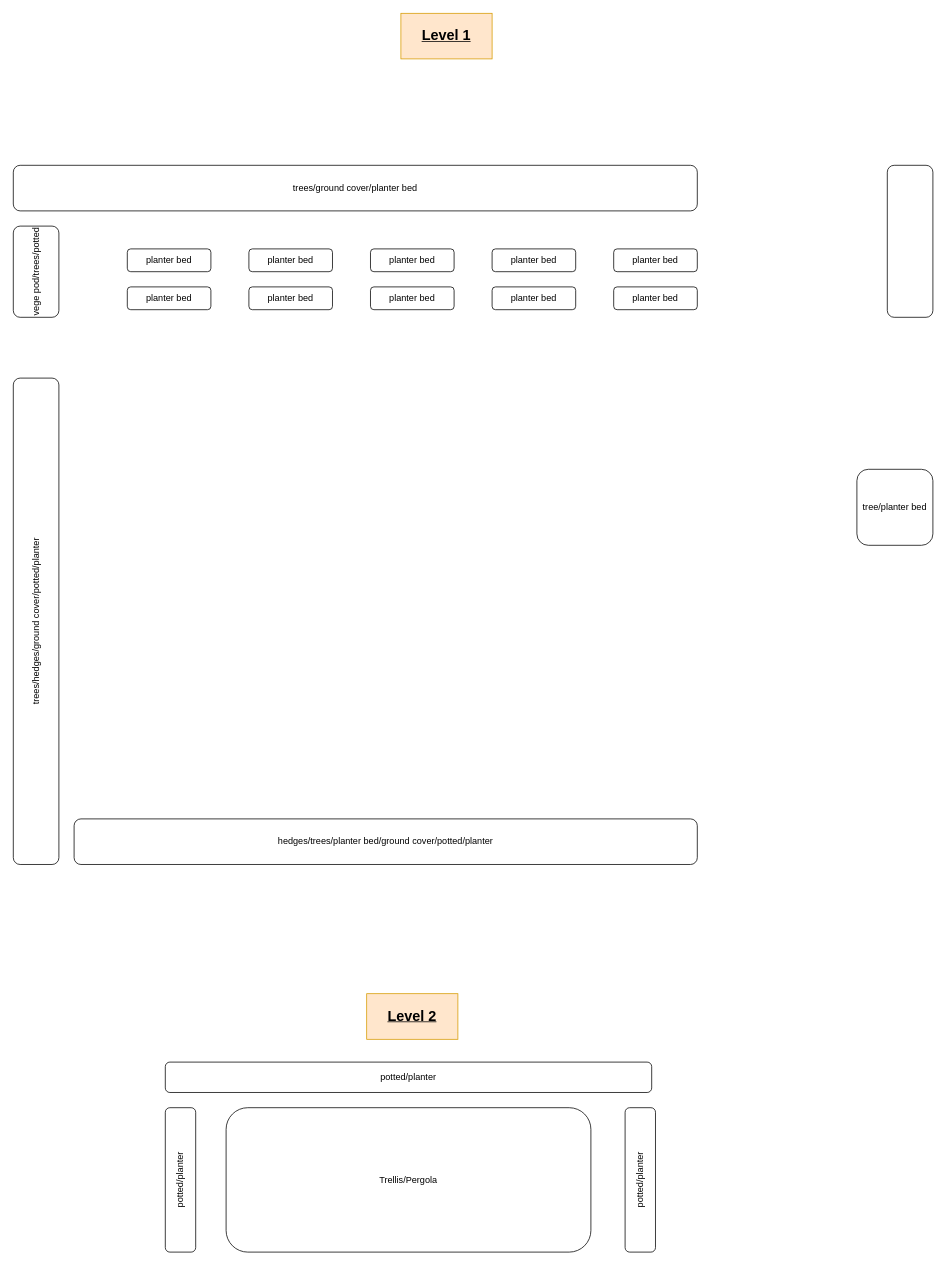
This is gardening_planning.drawio from vigneshvalliappan/gardening, a draw.io file, before an edit. Source tidied: cells renumbered, new cells numbered last; positions are measured from the earlier drawing's top-left corner, leaving out a move shared by most shapes. Both pictures are drawn from the tidied source at 76%, with x=0, y=0 at pixel (-207, 13).
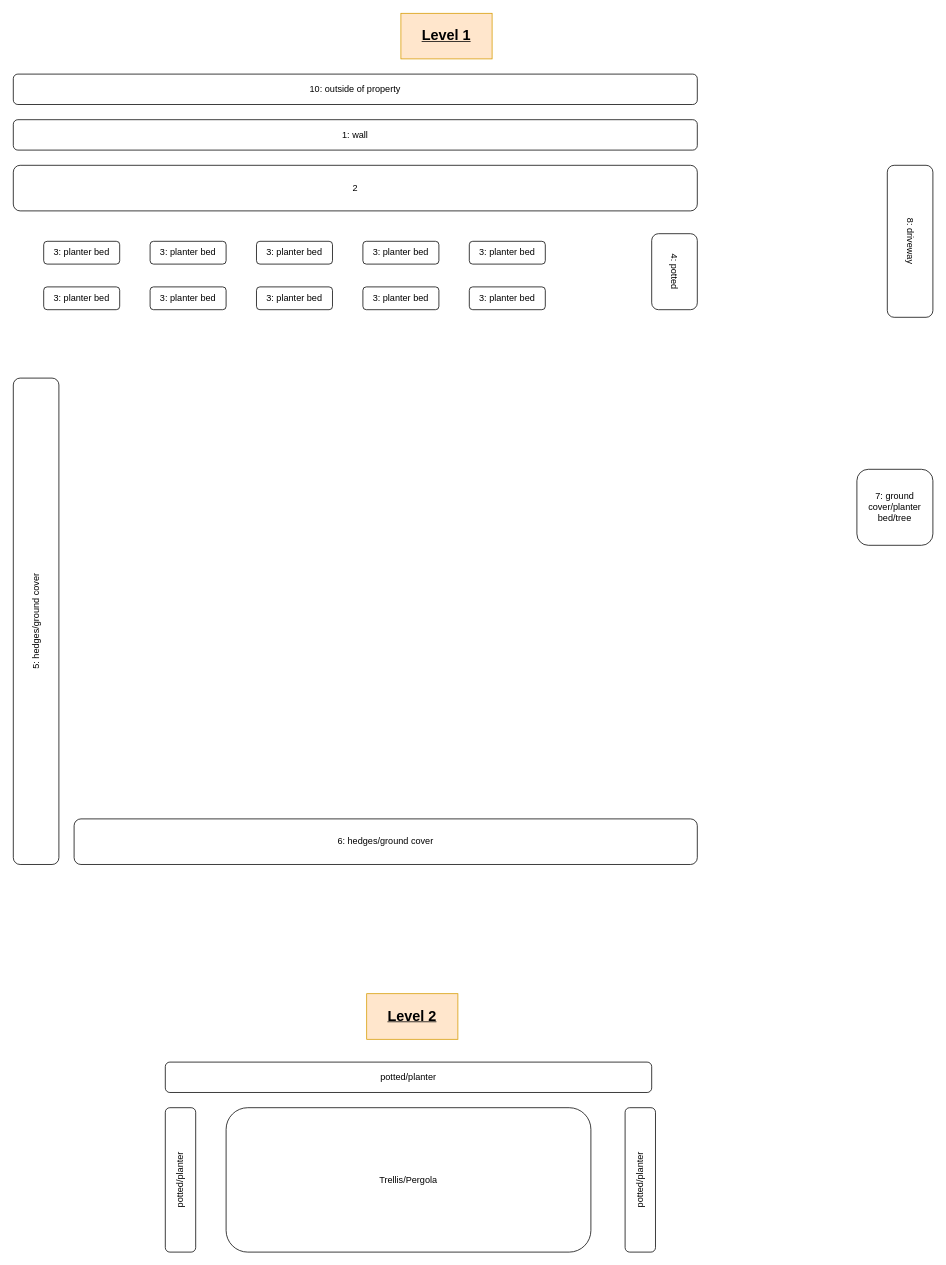
The same diagram, later.

Diff of the diagram source:
```diff
@@
-    <mxCell id="2" value="planter bed" style="rounded=1;whiteSpace=wrap;html=1;" parent="1" vertex="1">
-      <mxGeometry x="440" y="310" width="110" height="30" as="geometry" />
+    <mxCell id="2" value="3: planter bed" style="rounded=1;whiteSpace=wrap;html=1;" parent="1" vertex="1">
+      <mxGeometry x="330" y="300" width="100" height="30" as="geometry" />
     </mxCell>
-    <mxCell id="3" value="planter bed" style="rounded=1;whiteSpace=wrap;html=1;" parent="1" vertex="1">
-      <mxGeometry x="440" y="360" width="110" height="30" as="geometry" />
+    <mxCell id="3" value="3: planter bed" style="rounded=1;whiteSpace=wrap;html=1;" parent="1" vertex="1">
+      <mxGeometry x="330" y="360" width="100" height="30" as="geometry" />
     </mxCell>
-    <mxCell id="4" value="planter bed" style="rounded=1;whiteSpace=wrap;html=1;" parent="1" vertex="1">
-      <mxGeometry x="600" y="310" width="110" height="30" as="geometry" />
+    <mxCell id="4" value="3: planter bed" style="rounded=1;whiteSpace=wrap;html=1;" parent="1" vertex="1">
+      <mxGeometry x="470" y="300" width="100" height="30" as="geometry" />
     </mxCell>
-    <mxCell id="5" value="planter bed" style="rounded=1;whiteSpace=wrap;html=1;" parent="1" vertex="1">
-      <mxGeometry x="600" y="360" width="110" height="30" as="geometry" />
+    <mxCell id="5" value="3: planter bed" style="rounded=1;whiteSpace=wrap;html=1;" parent="1" vertex="1">
+      <mxGeometry x="470" y="360" width="100" height="30" as="geometry" />
     </mxCell>
-    <mxCell id="6" value="planter bed" style="rounded=1;whiteSpace=wrap;html=1;" parent="1" vertex="1">
-      <mxGeometry x="760" y="310" width="110" height="30" as="geometry" />
+    <mxCell id="6" value="3: planter bed" style="rounded=1;whiteSpace=wrap;html=1;" parent="1" vertex="1">
+      <mxGeometry x="610" y="300" width="100" height="30" as="geometry" />
     </mxCell>
-    <mxCell id="7" value="planter bed" style="rounded=1;whiteSpace=wrap;html=1;" parent="1" vertex="1">
-      <mxGeometry x="760" y="360" width="110" height="30" as="geometry" />
+    <mxCell id="7" value="3: planter bed" style="rounded=1;whiteSpace=wrap;html=1;" parent="1" vertex="1">
+      <mxGeometry x="610" y="360" width="100" height="30" as="geometry" />
     </mxCell>
-    <mxCell id="8" value="planter bed" style="rounded=1;whiteSpace=wrap;html=1;" parent="1" vertex="1">
-      <mxGeometry x="920" y="310" width="110" height="30" as="geometry" />
+    <mxCell id="8" value="3: planter bed" style="rounded=1;whiteSpace=wrap;html=1;" parent="1" vertex="1">
+      <mxGeometry x="750" y="300" width="100" height="30" as="geometry" />
     </mxCell>
-    <mxCell id="9" value="planter bed" style="rounded=1;whiteSpace=wrap;html=1;" parent="1" vertex="1">
-      <mxGeometry x="920" y="360" width="110" height="30" as="geometry" />
+    <mxCell id="9" value="3: planter bed" style="rounded=1;whiteSpace=wrap;html=1;" parent="1" vertex="1">
+      <mxGeometry x="750" y="360" width="100" height="30" as="geometry" />
     </mxCell>
-    <mxCell id="10" value="planter bed" style="rounded=1;whiteSpace=wrap;html=1;" parent="1" vertex="1">
-      <mxGeometry x="1080" y="310" width="110" height="30" as="geometry" />
+    <mxCell id="10" value="3: planter bed" style="rounded=1;whiteSpace=wrap;html=1;" parent="1" vertex="1">
+      <mxGeometry x="890" y="300" width="100" height="30" as="geometry" />
     </mxCell>
-    <mxCell id="11" value="planter bed" style="rounded=1;whiteSpace=wrap;html=1;" parent="1" vertex="1">
-      <mxGeometry x="1080" y="360" width="110" height="30" as="geometry" />
+    <mxCell id="11" value="3: planter bed" style="rounded=1;whiteSpace=wrap;html=1;" parent="1" vertex="1">
+      <mxGeometry x="890" y="360" width="100" height="30" as="geometry" />
     </mxCell>
-    <mxCell id="12" value="trees/ground cover/planter bed" style="rounded=1;whiteSpace=wrap;html=1;" parent="1" vertex="1">
+    <mxCell id="12" value="2" style="rounded=1;whiteSpace=wrap;html=1;" parent="1" vertex="1">
       <mxGeometry x="290" y="200" width="900" height="60" as="geometry" />
     </mxCell>
-    <mxCell id="13" value="vege pod/trees/potted" style="rounded=1;whiteSpace=wrap;html=1;rotation=-90;" parent="1" vertex="1">
-      <mxGeometry x="260" y="310" width="120" height="60" as="geometry" />
-    </mxCell>
-    <mxCell id="14" style="rounded=1;whiteSpace=wrap;html=1;rotation=90;" parent="1" vertex="1">
+    <mxCell id="14" value="8: driveway" style="rounded=1;whiteSpace=wrap;html=1;rotation=90;" parent="1" vertex="1">
       <mxGeometry x="1370" y="270" width="200" height="60" as="geometry" />
     </mxCell>
-    <mxCell id="15" value="trees/hedges/ground cover/potted/planter" style="rounded=1;whiteSpace=wrap;html=1;rotation=-90;" parent="1" vertex="1">
+    <mxCell id="15" value="5: hedges/ground cover" style="rounded=1;whiteSpace=wrap;html=1;rotation=-90;" parent="1" vertex="1">
       <mxGeometry y="770" width="640" height="60" as="geometry" />
     </mxCell>
-    <mxCell id="16" value="hedges/trees/planter bed/ground cover/potted/planter" style="rounded=1;whiteSpace=wrap;html=1;" parent="1" vertex="1">
+    <mxCell id="16" value="6: hedges/ground cover" style="rounded=1;whiteSpace=wrap;html=1;" parent="1" vertex="1">
       <mxGeometry x="370" y="1060" width="820" height="60" as="geometry" />
     </mxCell>
-    <mxCell id="17" value="tree/planter bed" style="rounded=1;whiteSpace=wrap;html=1;" parent="1" vertex="1">
+    <mxCell id="17" value="7: ground cover/planter bed/tree" style="rounded=1;whiteSpace=wrap;html=1;" parent="1" vertex="1">
       <mxGeometry x="1400" y="600" width="100" height="100" as="geometry" />
     </mxCell>
@@
+    <mxCell id="24" value="&lt;div&gt;1: wall&lt;/div&gt;" style="rounded=1;whiteSpace=wrap;html=1;" parent="1" vertex="1">
+      <mxGeometry x="290" y="140" width="900" height="40" as="geometry" />
+    </mxCell>
+    <mxCell id="25" value="10: outside of property" style="rounded=1;whiteSpace=wrap;html=1;" parent="1" vertex="1">
+      <mxGeometry x="290" y="80" width="900" height="40" as="geometry" />
+    </mxCell>
+    <mxCell id="26" value="4: potted" style="rounded=1;whiteSpace=wrap;html=1;rotation=90;" parent="1" vertex="1">
+      <mxGeometry x="1110" y="310" width="100" height="60" as="geometry" />
+    </mxCell>
```
